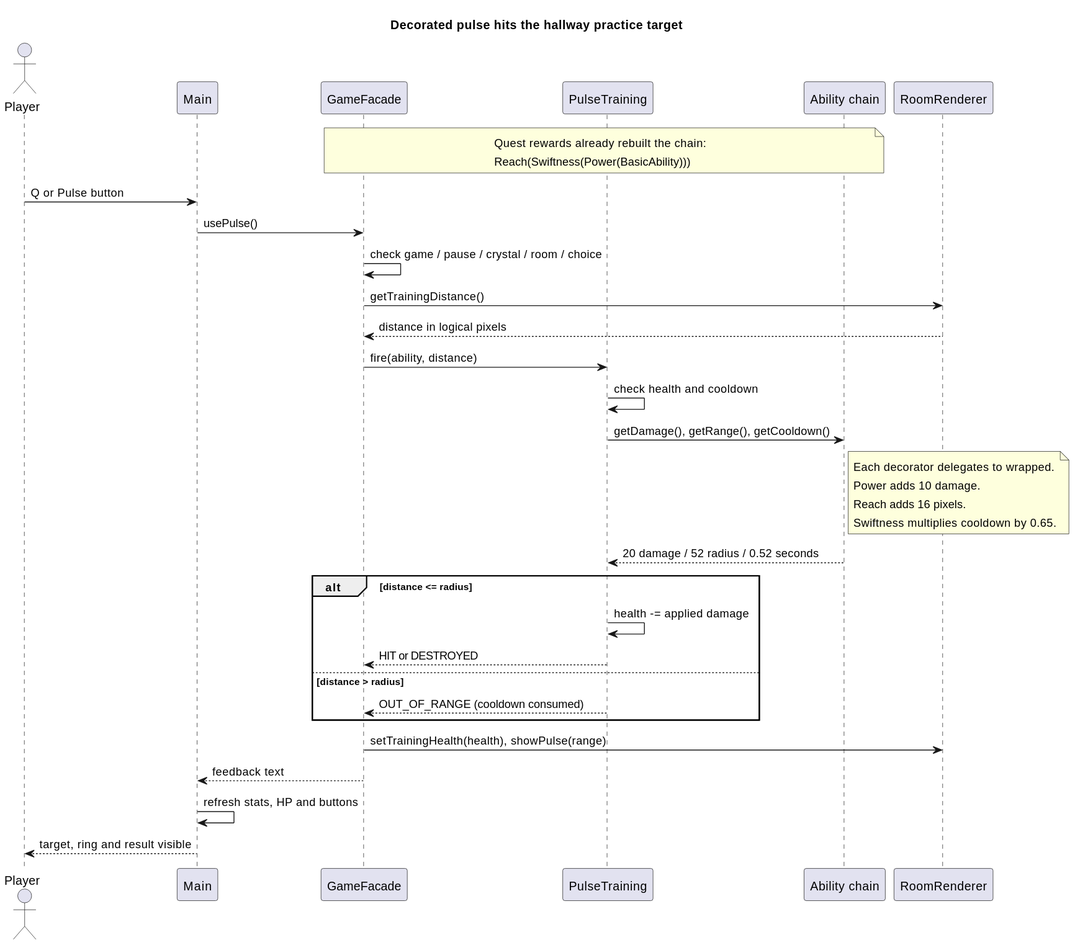
Above: docs/decorator-sequence.svg in AruzhM/SDP_Team_Project (PlantUML), before the change.
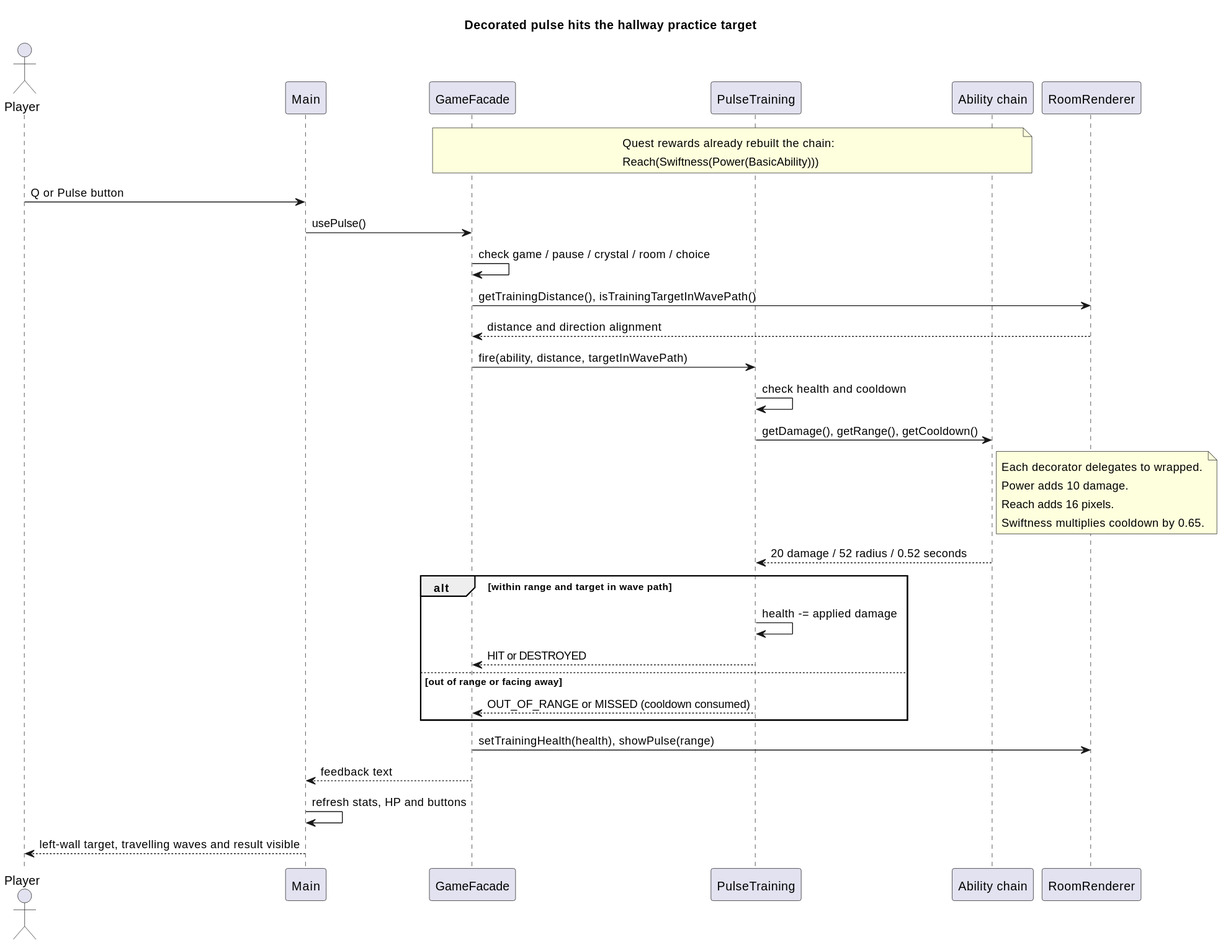
After the commit.

Change to the diagram source:
```diff
@@ -14,9 +14,9 @@
 Player -> Main : Q or Pulse button
 Main -> GameFacade : usePulse()
 GameFacade -> GameFacade : check game / pause / crystal / room / choice
-GameFacade -> RoomRenderer : getTrainingDistance()
-RoomRenderer --> GameFacade : distance in logical pixels
-GameFacade -> PulseTraining : fire(ability, distance)
+GameFacade -> RoomRenderer : getTrainingDistance(), isTrainingTargetInWavePath()
+RoomRenderer --> GameFacade : distance and direction alignment
+GameFacade -> PulseTraining : fire(ability, distance, targetInWavePath)
 PulseTraining -> PulseTraining : check health and cooldown
 PulseTraining -> Chain : getDamage(), getRange(), getCooldown()
 note right of Chain
@@ -26,14 +26,14 @@
   Swiftness multiplies cooldown by 0.65.
 end note
 Chain --> PulseTraining : 20 damage / 52 radius / 0.52 seconds
-alt distance <= radius
+alt within range and target in wave path
   PulseTraining -> PulseTraining : health -= applied damage
   PulseTraining --> GameFacade : HIT or DESTROYED
-else distance > radius
-  PulseTraining --> GameFacade : OUT_OF_RANGE (cooldown consumed)
+else out of range or facing away
+  PulseTraining --> GameFacade : OUT_OF_RANGE or MISSED (cooldown consumed)
 end
 GameFacade -> RoomRenderer : setTrainingHealth(health), showPulse(range)
 GameFacade --> Main : feedback text
 Main -> Main : refresh stats, HP and buttons
-Main --> Player : target, ring and result visible
+Main --> Player : left-wall target, travelling waves and result visible
 @enduml
```
